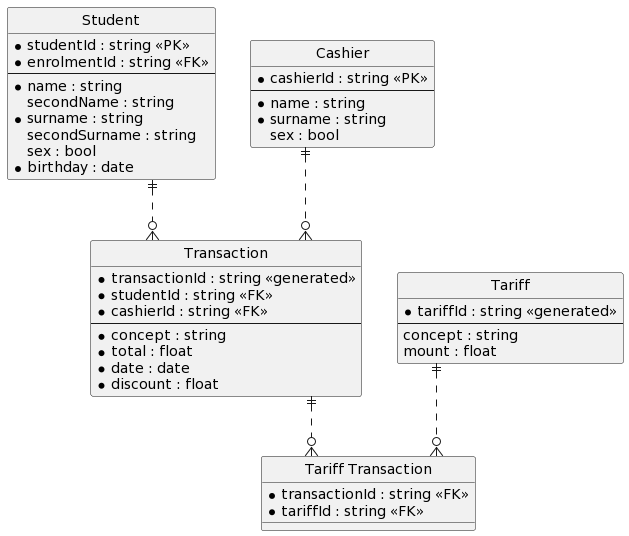
Before: out/DesignView/database.png, a diagram exported from PlantUML (wsmcbl/wsmcbl.doc).
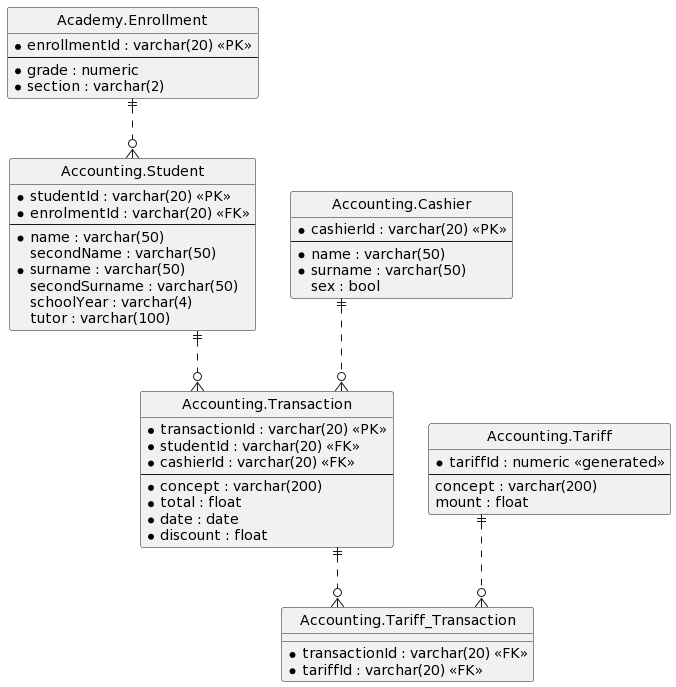
After the commit.

Commit message:
Feat: Update database design

Diff of the diagram source:
```diff
@@ -2,54 +2,63 @@
 hide circle
 skinparam linetype ortho
 
-entity "Student" as student
+entity "Academy.Enrollment" as enrollment
 {
-    * studentId : string <<PK>>
-    * enrolmentId : string <<FK>>
+    * enrollmentId : varchar(20) <<PK>>
     --
-    * name : string
-    secondName : string
-    * surname : string
-    secondSurname : string
-    sex : bool
-    * birthday : date
+    * grade : numeric
+    * section : varchar(2)
 }
 
-entity "Transaction" as transaction
+entity "Accounting.Student" as student
 {
-    * transactionId : string <<generated>>
-    * studentId : string <<FK>>
-    * cashierId : string <<FK>>
+    * studentId : varchar(20) <<PK>>
+    * enrolmentId : varchar(20) <<FK>>
     --
-    * concept : string
+    * name : varchar(50)
+    secondName : varchar(50)
+    * surname : varchar(50)
+    secondSurname : varchar(50)
+    schoolYear : varchar(4)
+    tutor : varchar(100)
+}
+
+entity "Accounting.Transaction" as transaction
+{
+    * transactionId : varchar(20) <<PK>>
+    * studentId : varchar(20) <<FK>>
+    * cashierId : varchar(20) <<FK>>
+    --
+    * concept : varchar(200)
     * total : float
     * date : date
     * discount : float
 }
 
-entity "Cashier" as cashier
+entity "Accounting.Cashier" as cashier
 {
-    * cashierId : string <<PK>>
+    * cashierId : varchar(20) <<PK>>
     --
-    * name : string
-    * surname : string
+    * name : varchar(50)
+    * surname : varchar(50)
     sex : bool
 }
 
-entity "Tariff" as tariff
+entity "Accounting.Tariff" as tariff
 {
-    * tariffId : string <<generated>>
+    * tariffId : numeric <<generated>>
     --
-    concept : string
+    concept : varchar(200)
     mount : float
 }
 
-entity "Tariff Transaction" as tariffTransaction
+entity "Accounting.Tariff_Transaction" as tariffTransaction
 {
-    * transactionId : string <<FK>>
-    * tariffId : string <<FK>>
+    * transactionId : varchar(20) <<FK>>
+    * tariffId : varchar(20) <<FK>>
 }
 
+enrollment ||..o{student
 student ||..o{transaction
 cashier ||..o{transaction
 
```
